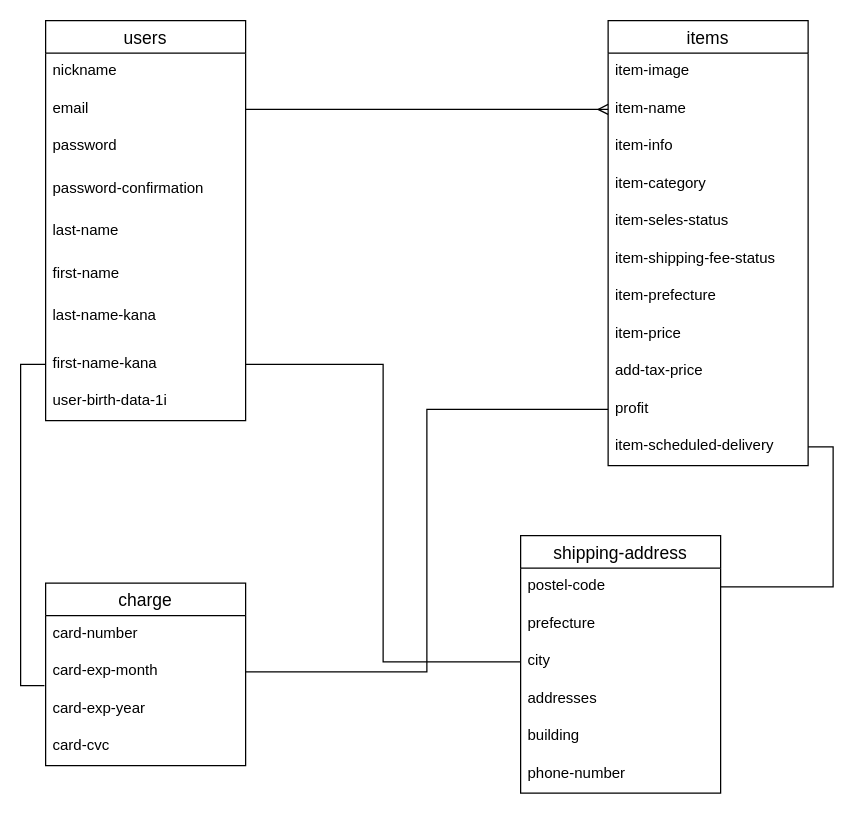
This is furima.dio from shorimpo/furima-33974, a draw.io file, before an edit. Source tidied: cells renumbered, new cells numbered last; positions are measured from the earlier drawing's top-left corner, leaving out a move shared by most shapes. Both pictures are drawn from the tidied source at 125%, with x=0, y=0 at pixel (45, 20).
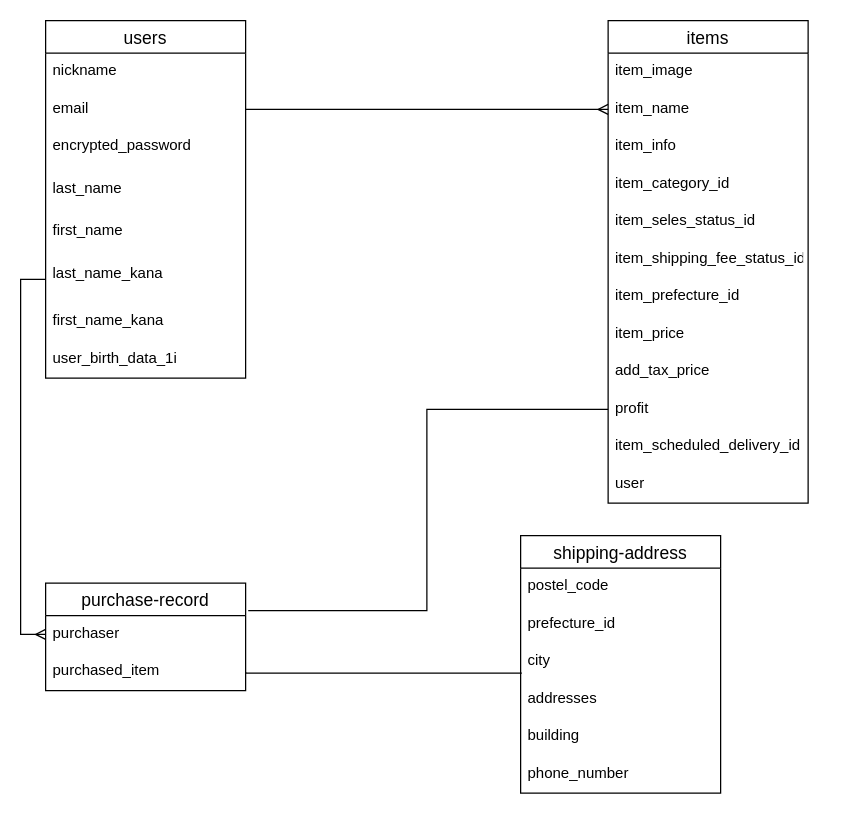
The same diagram, later.

Commit message (it also covers changes not shown here):
ER図とREADMEの修正

Unchanged cells that the change refers to:
```xml
<mxCell id="22" value="profit" style="text;strokeColor=none;fillColor=none;spacingLeft=4;spacingRight=4;overflow=hidden;points=[[0,0.5],[1,0.5]];portConstraint=eastwest;fontSize=12;" parent="12" vertex="1">
  <mxGeometry y="296" width="160" height="30" as="geometry" />
</mxCell>
<mxCell id="29" value="shipping-address" style="swimlane;fontStyle=0;horizontal=1;startSize=26;align=center;fontSize=14;" parent="1" vertex="1">
  <mxGeometry x="380" y="412" width="160" height="206" as="geometry" />
</mxCell>
<mxCell id="32" value="city" style="text;strokeColor=none;fillColor=none;spacingLeft=4;spacingRight=4;overflow=hidden;points=[[0,0.5],[1,0.5]];portConstraint=eastwest;fontSize=12;" parent="29" vertex="1">
  <mxGeometry y="86" width="160" height="30" as="geometry" />
</mxCell>
```

The edit, as a diff of the source:
```diff
@@
     <mxCell id="2" value="users" style="swimlane;fontStyle=0;horizontal=1;startSize=26;align=center;fontSize=14;" parent="1" vertex="1">
-      <mxGeometry width="160" height="320" as="geometry" />
+      <mxGeometry width="160" height="286" as="geometry" />
     </mxCell>
@@
-    <mxCell id="5" value="password" style="text;strokeColor=none;fillColor=none;spacingLeft=4;spacingRight=4;overflow=hidden;fontSize=12;" parent="2" vertex="1">
+    <mxCell id="5" value="encrypted_password" style="text;strokeColor=none;fillColor=none;spacingLeft=4;spacingRight=4;overflow=hidden;fontSize=12;" parent="2" vertex="1">
       <mxGeometry y="86" width="160" height="34" as="geometry" />
     </mxCell>
-    <mxCell id="6" value="password-confirmation" style="text;strokeColor=none;fillColor=none;spacingLeft=4;spacingRight=4;overflow=hidden;fontSize=12;" parent="2" vertex="1">
-      <mxGeometry y="120" width="160" height="34" as="geometry" />
-    </mxCell>
-    <mxCell id="7" value="last-name" style="text;strokeColor=none;fillColor=none;spacingLeft=4;spacingRight=4;overflow=hidden;fontSize=12;" parent="2" vertex="1">
-      <mxGeometry y="154" width="160" height="34" as="geometry" />
+    <mxCell id="7" value="last_name" style="text;strokeColor=none;fillColor=none;spacingLeft=4;spacingRight=4;overflow=hidden;fontSize=12;" parent="2" vertex="1">
+      <mxGeometry y="120" width="160" height="34" as="geometry" />
     </mxCell>
-    <mxCell id="8" value="first-name" style="text;strokeColor=none;fillColor=none;spacingLeft=4;spacingRight=4;overflow=hidden;fontSize=12;" parent="2" vertex="1">
-      <mxGeometry y="188" width="160" height="34" as="geometry" />
+    <mxCell id="8" value="first_name" style="text;strokeColor=none;fillColor=none;spacingLeft=4;spacingRight=4;overflow=hidden;fontSize=12;" parent="2" vertex="1">
+      <mxGeometry y="154" width="160" height="34" as="geometry" />
     </mxCell>
-    <mxCell id="9" value="last-name-kana" style="text;strokeColor=none;fillColor=none;spacingLeft=4;spacingRight=4;overflow=hidden;points=[[0,0.5],[1,0.5]];portConstraint=eastwest;fontSize=12;" parent="2" vertex="1">
-      <mxGeometry y="222" width="160" height="38" as="geometry" />
+    <mxCell id="9" value="last_name_kana" style="text;strokeColor=none;fillColor=none;spacingLeft=4;spacingRight=4;overflow=hidden;points=[[0,0.5],[1,0.5]];portConstraint=eastwest;fontSize=12;" parent="2" vertex="1">
+      <mxGeometry y="188" width="160" height="38" as="geometry" />
     </mxCell>
-    <mxCell id="10" value="first-name-kana" style="text;strokeColor=none;fillColor=none;spacingLeft=4;spacingRight=4;overflow=hidden;points=[[0,0.5],[1,0.5]];portConstraint=eastwest;fontSize=12;" parent="2" vertex="1">
-      <mxGeometry y="260" width="160" height="30" as="geometry" />
+    <mxCell id="10" value="first_name_kana" style="text;strokeColor=none;fillColor=none;spacingLeft=4;spacingRight=4;overflow=hidden;points=[[0,0.5],[1,0.5]];portConstraint=eastwest;fontSize=12;" parent="2" vertex="1">
+      <mxGeometry y="226" width="160" height="30" as="geometry" />
     </mxCell>
-    <mxCell id="11" value="user-birth-data-1i" style="text;strokeColor=none;fillColor=none;spacingLeft=4;spacingRight=4;overflow=hidden;fontSize=12;" parent="2" vertex="1">
-      <mxGeometry y="290" width="160" height="30" as="geometry" />
+    <mxCell id="11" value="user_birth_data_1i" style="text;strokeColor=none;fillColor=none;spacingLeft=4;spacingRight=4;overflow=hidden;fontSize=12;" parent="2" vertex="1">
+      <mxGeometry y="256" width="160" height="30" as="geometry" />
     </mxCell>
     <mxCell id="12" value="items" style="swimlane;fontStyle=0;horizontal=1;startSize=26;align=center;fontSize=14;" parent="1" vertex="1">
-      <mxGeometry x="450" width="160" height="356" as="geometry" />
+      <mxGeometry x="450" width="160" height="386" as="geometry" />
     </mxCell>
-    <mxCell id="13" value="item-image" style="text;strokeColor=none;fillColor=none;spacingLeft=4;spacingRight=4;overflow=hidden;fontSize=12;" parent="12" vertex="1">
+    <mxCell id="13" value="item_image" style="text;strokeColor=none;fillColor=none;spacingLeft=4;spacingRight=4;overflow=hidden;fontSize=12;" parent="12" vertex="1">
       <mxGeometry y="26" width="160" height="30" as="geometry" />
     </mxCell>
-    <mxCell id="14" value="item-name" style="text;strokeColor=none;fillColor=none;spacingLeft=4;spacingRight=4;overflow=hidden;points=[[0,0.5],[1,0.5]];portConstraint=eastwest;fontSize=12;" parent="12" vertex="1">
+    <mxCell id="14" value="item_name" style="text;strokeColor=none;fillColor=none;spacingLeft=4;spacingRight=4;overflow=hidden;points=[[0,0.5],[1,0.5]];portConstraint=eastwest;fontSize=12;" parent="12" vertex="1">
       <mxGeometry y="56" width="160" height="30" as="geometry" />
     </mxCell>
-    <mxCell id="15" value="item-info" style="text;strokeColor=none;fillColor=none;spacingLeft=4;spacingRight=4;overflow=hidden;fontSize=12;" parent="12" vertex="1">
+    <mxCell id="15" value="item_info" style="text;strokeColor=none;fillColor=none;spacingLeft=4;spacingRight=4;overflow=hidden;fontSize=12;" parent="12" vertex="1">
       <mxGeometry y="86" width="160" height="30" as="geometry" />
     </mxCell>
-    <mxCell id="16" value="item-category" style="text;strokeColor=none;fillColor=none;spacingLeft=4;spacingRight=4;overflow=hidden;fontSize=12;" parent="12" vertex="1">
+    <mxCell id="16" value="item_category_id" style="text;strokeColor=none;fillColor=none;spacingLeft=4;spacingRight=4;overflow=hidden;fontSize=12;" parent="12" vertex="1">
       <mxGeometry y="116" width="160" height="30" as="geometry" />
     </mxCell>
-    <mxCell id="17" value="item-seles-status" style="text;strokeColor=none;fillColor=none;spacingLeft=4;spacingRight=4;overflow=hidden;fontSize=12;" parent="12" vertex="1">
+    <mxCell id="17" value="item_seles_status_id" style="text;strokeColor=none;fillColor=none;spacingLeft=4;spacingRight=4;overflow=hidden;fontSize=12;" parent="12" vertex="1">
       <mxGeometry y="146" width="160" height="30" as="geometry" />
     </mxCell>
-    <mxCell id="18" value="item-shipping-fee-status" style="text;strokeColor=none;fillColor=none;spacingLeft=4;spacingRight=4;overflow=hidden;fontSize=12;" parent="12" vertex="1">
+    <mxCell id="18" value="item_shipping_fee_status_id" style="text;strokeColor=none;fillColor=none;spacingLeft=4;spacingRight=4;overflow=hidden;fontSize=12;" parent="12" vertex="1">
       <mxGeometry y="176" width="160" height="30" as="geometry" />
     </mxCell>
-    <mxCell id="19" value="item-prefecture" style="text;strokeColor=none;fillColor=none;spacingLeft=4;spacingRight=4;overflow=hidden;fontSize=12;" parent="12" vertex="1">
+    <mxCell id="19" value="item_prefecture_id" style="text;strokeColor=none;fillColor=none;spacingLeft=4;spacingRight=4;overflow=hidden;fontSize=12;" parent="12" vertex="1">
       <mxGeometry y="206" width="160" height="30" as="geometry" />
     </mxCell>
-    <mxCell id="20" value="item-price" style="text;strokeColor=none;fillColor=none;spacingLeft=4;spacingRight=4;overflow=hidden;fontSize=12;" parent="12" vertex="1">
+    <mxCell id="20" value="item_price" style="text;strokeColor=none;fillColor=none;spacingLeft=4;spacingRight=4;overflow=hidden;fontSize=12;" parent="12" vertex="1">
       <mxGeometry y="236" width="160" height="30" as="geometry" />
     </mxCell>
-    <mxCell id="21" value="add-tax-price" style="text;strokeColor=none;fillColor=none;spacingLeft=4;spacingRight=4;overflow=hidden;fontSize=12;" parent="12" vertex="1">
+    <mxCell id="21" value="add_tax_price" style="text;strokeColor=none;fillColor=none;spacingLeft=4;spacingRight=4;overflow=hidden;fontSize=12;" parent="12" vertex="1">
       <mxGeometry y="266" width="160" height="30" as="geometry" />
     </mxCell>
@@
-    <mxCell id="23" value="item-scheduled-delivery" style="text;strokeColor=none;fillColor=none;spacingLeft=4;spacingRight=4;overflow=hidden;points=[[0,0.5],[1,0.5]];portConstraint=eastwest;fontSize=12;" parent="12" vertex="1">
-      <mxGeometry y="326" width="160" height="30" as="geometry" />
-    </mxCell>
+    <mxCell id="41" value="item_scheduled_delivery_id" style="text;strokeColor=none;fillColor=none;spacingLeft=4;spacingRight=4;overflow=hidden;fontSize=12;" parent="12" vertex="1">
+      <mxGeometry y="326" width="160" height="30" as="geometry" />
+    </mxCell>
+    <mxCell id="42" value="user" style="text;strokeColor=none;fillColor=none;spacingLeft=4;spacingRight=4;overflow=hidden;fontSize=12;" parent="12" vertex="1">
+      <mxGeometry y="356" width="160" height="30" as="geometry" />
+    </mxCell>
-    <mxCell id="24" value="charge" style="swimlane;fontStyle=0;horizontal=1;startSize=26;align=center;fontSize=14;" parent="1" vertex="1">
-      <mxGeometry y="450" width="160" height="146" as="geometry" />
+    <mxCell id="24" value="purchase-record" style="swimlane;fontStyle=0;horizontal=1;startSize=26;align=center;fontSize=14;" parent="1" vertex="1">
+      <mxGeometry y="450" width="160" height="86" as="geometry" />
     </mxCell>
-    <mxCell id="25" value="card-number" style="text;strokeColor=none;fillColor=none;spacingLeft=4;spacingRight=4;overflow=hidden;fontSize=12;" parent="24" vertex="1">
-      <mxGeometry y="26" width="160" height="30" as="geometry" />
-    </mxCell>
-    <mxCell id="26" value="card-exp-month" style="text;strokeColor=none;fillColor=none;spacingLeft=4;spacingRight=4;overflow=hidden;points=[[0,0.5],[1,0.5]];portConstraint=eastwest;fontSize=12;" parent="24" vertex="1">
-      <mxGeometry y="56" width="160" height="30" as="geometry" />
-    </mxCell>
-    <mxCell id="27" value="card-exp-year" style="text;strokeColor=none;fillColor=none;spacingLeft=4;spacingRight=4;overflow=hidden;points=[[0,0.5],[1,0.5]];portConstraint=eastwest;fontSize=12;" parent="24" vertex="1">
-      <mxGeometry y="86" width="160" height="30" as="geometry" />
+    <mxCell id="27" value="purchaser" style="text;strokeColor=none;fillColor=none;spacingLeft=4;spacingRight=4;overflow=hidden;points=[[0,0.5],[1,0.5]];portConstraint=eastwest;fontSize=12;" parent="24" vertex="1">
+      <mxGeometry y="26" width="160" height="30" as="geometry" />
     </mxCell>
-    <mxCell id="28" value="card-cvc" style="text;strokeColor=none;fillColor=none;spacingLeft=4;spacingRight=4;overflow=hidden;points=[[0,0.5],[1,0.5]];portConstraint=eastwest;fontSize=12;" parent="24" vertex="1">
-      <mxGeometry y="116" width="160" height="30" as="geometry" />
+    <mxCell id="28" value="purchased_item" style="text;strokeColor=none;fillColor=none;spacingLeft=4;spacingRight=4;overflow=hidden;points=[[0,0.5],[1,0.5]];portConstraint=eastwest;fontSize=12;" parent="24" vertex="1">
+      <mxGeometry y="56" width="160" height="30" as="geometry" />
     </mxCell>
@@
-    <mxCell id="30" value="postel-code" style="text;strokeColor=none;fillColor=none;spacingLeft=4;spacingRight=4;overflow=hidden;points=[[0,0.5],[1,0.5]];portConstraint=eastwest;fontSize=12;" parent="29" vertex="1">
+    <mxCell id="30" value="postel_code" style="text;strokeColor=none;fillColor=none;spacingLeft=4;spacingRight=4;overflow=hidden;points=[[0,0.5],[1,0.5]];portConstraint=eastwest;fontSize=12;" parent="29" vertex="1">
       <mxGeometry y="26" width="160" height="30" as="geometry" />
     </mxCell>
-    <mxCell id="31" value="prefecture" style="text;strokeColor=none;fillColor=none;spacingLeft=4;spacingRight=4;overflow=hidden;fontSize=12;" parent="29" vertex="1">
+    <mxCell id="31" value="prefecture_id" style="text;strokeColor=none;fillColor=none;spacingLeft=4;spacingRight=4;overflow=hidden;fontSize=12;" parent="29" vertex="1">
       <mxGeometry y="56" width="160" height="30" as="geometry" />
     </mxCell>
@@
-    <mxCell id="35" value="phone-number" style="text;strokeColor=none;fillColor=none;spacingLeft=4;spacingRight=4;overflow=hidden;fontSize=12;" parent="29" vertex="1">
+    <mxCell id="35" value="phone_number" style="text;strokeColor=none;fillColor=none;spacingLeft=4;spacingRight=4;overflow=hidden;fontSize=12;" parent="29" vertex="1">
       <mxGeometry y="176" width="160" height="30" as="geometry" />
     </mxCell>
-    <mxCell id="36" style="edgeStyle=orthogonalEdgeStyle;rounded=0;jettySize=auto;html=1;exitX=0;exitY=0.5;exitDx=0;exitDy=0;entryX=1;entryY=0.5;entryDx=0;entryDy=0;endArrow=none;endFill=0;" parent="1" edge="1" source="22" target="26">
-      <mxGeometry relative="1" as="geometry" />
-    </mxCell>
-    <mxCell id="37" style="edgeStyle=orthogonalEdgeStyle;rounded=0;jettySize=auto;html=1;exitX=1;exitY=0.5;exitDx=0;exitDy=0;entryX=1;entryY=0.5;entryDx=0;entryDy=0;endArrow=none;endFill=0;" parent="1" edge="1" source="23" target="30">
-      <mxGeometry relative="1" as="geometry" />
-    </mxCell>
@@
-    <mxCell id="39" style="edgeStyle=orthogonalEdgeStyle;rounded=0;jettySize=auto;html=1;exitX=0;exitY=0.5;exitDx=0;exitDy=0;entryX=-0.006;entryY=0.867;entryDx=0;entryDy=0;entryPerimeter=0;endArrow=none;endFill=0;" parent="1" edge="1" source="10" target="26">
-      <mxGeometry relative="1" as="geometry" />
-    </mxCell>
-    <mxCell id="40" style="edgeStyle=orthogonalEdgeStyle;rounded=0;jettySize=auto;html=1;exitX=1;exitY=0.5;exitDx=0;exitDy=0;entryX=0;entryY=0.5;entryDx=0;entryDy=0;endArrow=none;endFill=0;" parent="1" edge="1" source="10" target="32">
-      <mxGeometry relative="1" as="geometry" />
-    </mxCell>
+    <mxCell id="43" style="edgeStyle=orthogonalEdgeStyle;rounded=0;jettySize=auto;html=1;exitX=0;exitY=0.5;exitDx=0;exitDy=0;entryX=1.013;entryY=-0.133;entryDx=0;entryDy=0;endArrow=none;endFill=0;entryPerimeter=0;" parent="1" edge="1" source="22" target="27">
+      <mxGeometry relative="1" as="geometry" />
+    </mxCell>
+    <mxCell id="44" style="edgeStyle=orthogonalEdgeStyle;rounded=0;jettySize=auto;html=1;exitX=0;exitY=0.5;exitDx=0;exitDy=0;entryX=0;entryY=0.5;entryDx=0;entryDy=0;endArrow=ERmany;endFill=0;" parent="1" edge="1" source="9" target="27">
+      <mxGeometry relative="1" as="geometry" />
+    </mxCell>
+    <mxCell id="45" style="edgeStyle=orthogonalEdgeStyle;rounded=0;jettySize=auto;html=1;exitX=1;exitY=0.5;exitDx=0;exitDy=0;endArrow=none;endFill=0;entryX=0.006;entryY=0.8;entryDx=0;entryDy=0;entryPerimeter=0;" parent="1" edge="1" source="28" target="32">
+      <mxGeometry relative="1" as="geometry">
+        <Array as="points">
+          <mxPoint x="160" y="522" />
+        </Array>
+      </mxGeometry>
+    </mxCell>
```
